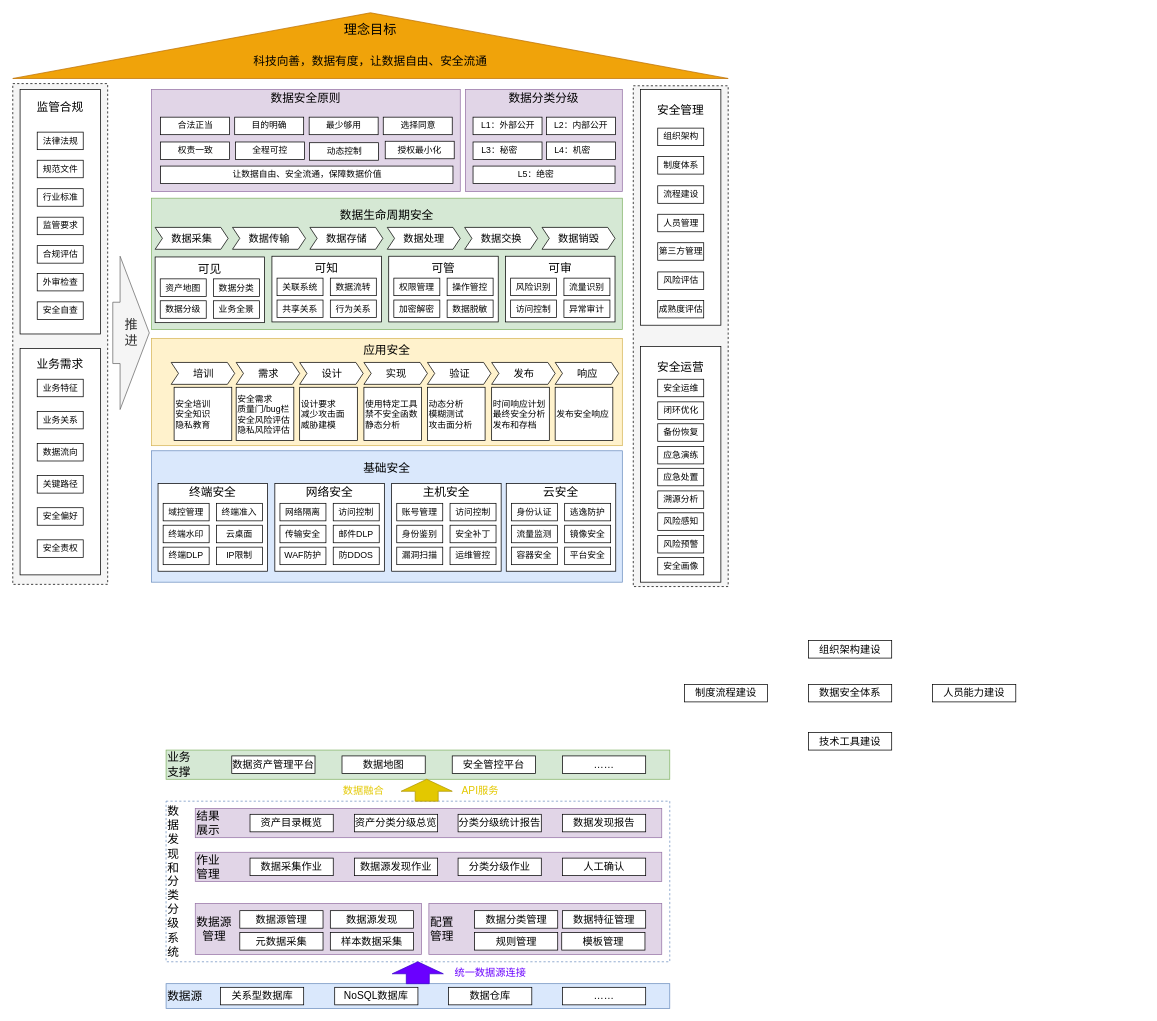
hongweilv-whu/flowCharts keeps this draw.io diagram as 数据安全体系-架构图.drawio. Above is the earlier version. Source tidied: cells renumbered, new cells numbered last; positions are measured from the earlier drawing's top-left corner, leaving out a move shared by most shapes. Both pictures are drawn from the tidied source at 73%, with x=0, y=0 at pixel (12, 12).
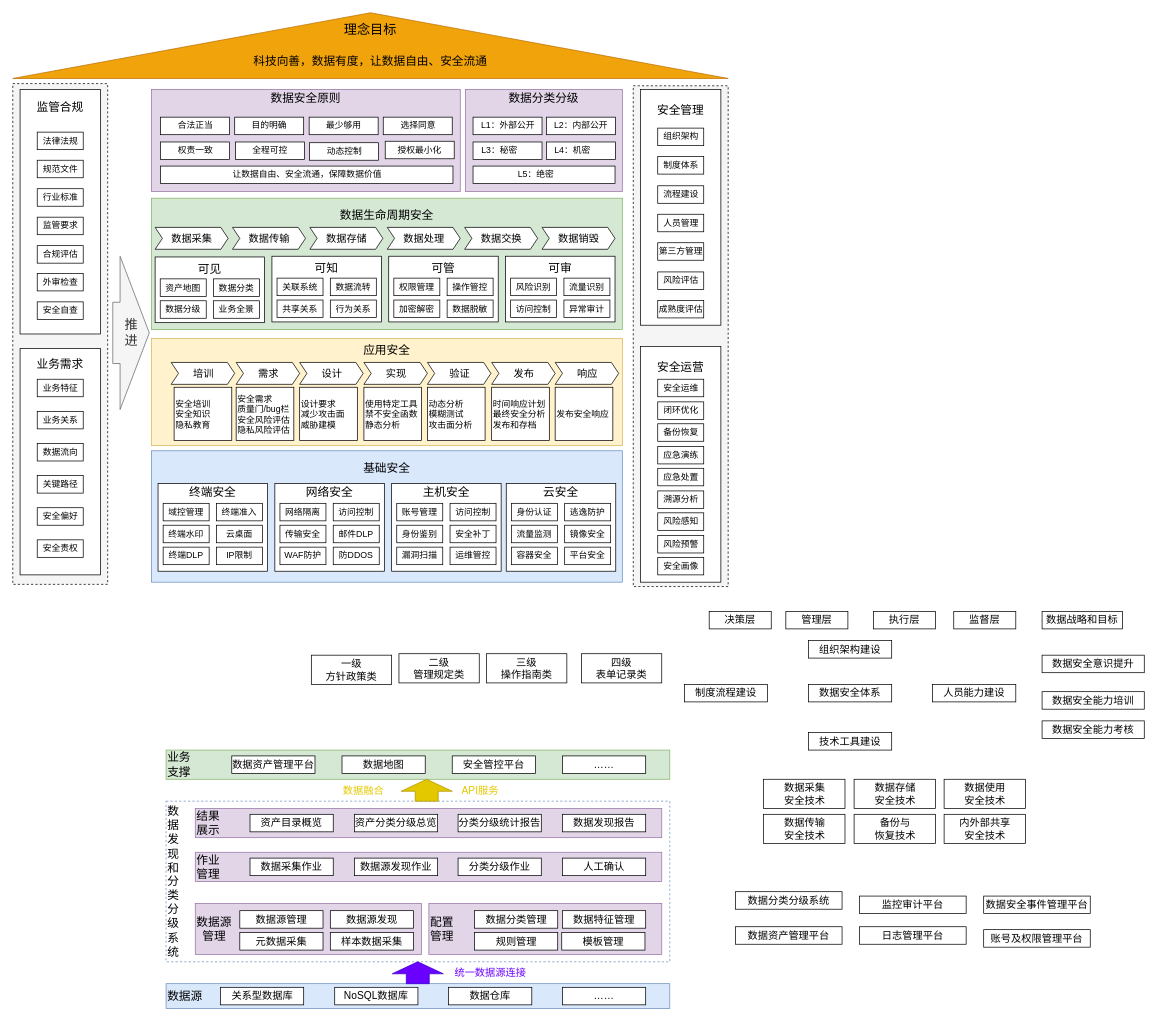
The same page after the edit.

Commit message (it also covers changes not shown here):
更新数据安全体系-架构图.drawio

The edit, as a diff of the source:
```diff
@@
+    <mxCell id="167" value="&lt;span style=&quot;font-size: 14px;&quot;&gt;决策层&lt;br&gt;&lt;/span&gt;" style="rounded=0;whiteSpace=wrap;html=1;" parent="1" vertex="1">
+      <mxGeometry x="954" y="820" width="85" height="24" as="geometry" />
+    </mxCell>
+    <mxCell id="168" value="&lt;span style=&quot;font-size: 14px;&quot;&gt;管理层&lt;br&gt;&lt;/span&gt;" style="rounded=0;whiteSpace=wrap;html=1;" parent="1" vertex="1">
+      <mxGeometry x="1059" y="820" width="85" height="24" as="geometry" />
+    </mxCell>
+    <mxCell id="169" value="&lt;span style=&quot;font-size: 14px;&quot;&gt;监督层&lt;br&gt;&lt;/span&gt;" style="rounded=0;whiteSpace=wrap;html=1;" parent="1" vertex="1">
+      <mxGeometry x="1289" y="820" width="85" height="24" as="geometry" />
+    </mxCell>
+    <mxCell id="170" value="&lt;span style=&quot;font-size: 14px;&quot;&gt;执行层&lt;br&gt;&lt;/span&gt;" style="rounded=0;whiteSpace=wrap;html=1;" parent="1" vertex="1">
+      <mxGeometry x="1179" y="820" width="85" height="24" as="geometry" />
+    </mxCell>
+    <mxCell id="171" value="&lt;span style=&quot;font-size: 14px;&quot;&gt;数据战略和目标&lt;br&gt;&lt;/span&gt;" style="rounded=0;whiteSpace=wrap;html=1;" parent="1" vertex="1">
+      <mxGeometry x="1410" y="820" width="110" height="24" as="geometry" />
+    </mxCell>
+    <mxCell id="172" value="&lt;span style=&quot;font-size: 14px;&quot;&gt;一级&lt;br&gt;方针政策类&lt;br&gt;&lt;/span&gt;" style="rounded=0;whiteSpace=wrap;html=1;" parent="1" vertex="1">
+      <mxGeometry x="409" y="880" width="110" height="40" as="geometry" />
+    </mxCell>
+    <mxCell id="173" value="&lt;span style=&quot;font-size: 14px;&quot;&gt;二级&lt;br&gt;管理规定类&lt;br&gt;&lt;/span&gt;" style="rounded=0;whiteSpace=wrap;html=1;" parent="1" vertex="1">
+      <mxGeometry x="529" y="878" width="110" height="40" as="geometry" />
+    </mxCell>
+    <mxCell id="174" value="&lt;span style=&quot;font-size: 14px;&quot;&gt;三级&lt;br&gt;操作指南类&lt;br&gt;&lt;/span&gt;" style="rounded=0;whiteSpace=wrap;html=1;" parent="1" vertex="1">
+      <mxGeometry x="649" y="878" width="110" height="40" as="geometry" />
+    </mxCell>
+    <mxCell id="175" value="&lt;span style=&quot;font-size: 14px;&quot;&gt;四级&lt;br&gt;表单记录类&lt;br&gt;&lt;/span&gt;" style="rounded=0;whiteSpace=wrap;html=1;" parent="1" vertex="1">
+      <mxGeometry x="779" y="878" width="110" height="40" as="geometry" />
+    </mxCell>
+    <mxCell id="176" value="&lt;span style=&quot;font-size: 14px;&quot;&gt;数据分类分级系统&lt;/span&gt;" style="rounded=0;whiteSpace=wrap;html=1;" parent="1" vertex="1">
+      <mxGeometry x="990" y="1204" width="146" height="24" as="geometry" />
+    </mxCell>
+    <mxCell id="177" value="&lt;span style=&quot;font-size: 14px;&quot;&gt;数据资产管理平台&lt;br&gt;&lt;/span&gt;" style="rounded=0;whiteSpace=wrap;html=1;" parent="1" vertex="1">
+      <mxGeometry x="990" y="1252" width="146" height="24" as="geometry" />
+    </mxCell>
+    <mxCell id="178" value="&lt;span style=&quot;font-size: 14px;&quot;&gt;日志管理平台&lt;br&gt;&lt;/span&gt;" style="rounded=0;whiteSpace=wrap;html=1;" parent="1" vertex="1">
+      <mxGeometry x="1160" y="1252" width="146" height="24" as="geometry" />
+    </mxCell>
+    <mxCell id="179" value="&lt;span style=&quot;font-size: 14px;&quot;&gt;监控审计平台&lt;br&gt;&lt;/span&gt;" style="rounded=0;whiteSpace=wrap;html=1;" parent="1" vertex="1">
+      <mxGeometry x="1160" y="1210" width="146" height="24" as="geometry" />
+    </mxCell>
+    <mxCell id="180" value="&lt;span style=&quot;font-size: 14px;&quot;&gt;数据安全事件管理平台&lt;br&gt;&lt;/span&gt;" style="rounded=0;whiteSpace=wrap;html=1;" parent="1" vertex="1">
+      <mxGeometry x="1330" y="1210" width="146" height="24" as="geometry" />
+    </mxCell>
+    <mxCell id="181" value="&lt;span style=&quot;font-size: 14px;&quot;&gt;账号及权限管理平台&lt;br&gt;&lt;/span&gt;" style="rounded=0;whiteSpace=wrap;html=1;" parent="1" vertex="1">
+      <mxGeometry x="1330" y="1256" width="146" height="24" as="geometry" />
+    </mxCell>
+    <mxCell id="182" value="&lt;span style=&quot;font-size: 14px;&quot;&gt;数据采集&lt;br&gt;安全技术&lt;br&gt;&lt;/span&gt;" style="rounded=0;whiteSpace=wrap;html=1;" parent="1" vertex="1">
+      <mxGeometry x="1028.5" y="1050" width="111.5" height="40" as="geometry" />
+    </mxCell>
+    <mxCell id="183" value="&lt;span style=&quot;font-size: 14px;&quot;&gt;数据传输&lt;br&gt;安全技术&lt;br&gt;&lt;/span&gt;" style="rounded=0;whiteSpace=wrap;html=1;" parent="1" vertex="1">
+      <mxGeometry x="1028.5" y="1098" width="111.5" height="40" as="geometry" />
+    </mxCell>
+    <mxCell id="184" value="&lt;span style=&quot;font-size: 14px;&quot;&gt;数据存储&lt;br&gt;安全技术&lt;br&gt;&lt;/span&gt;" style="rounded=0;whiteSpace=wrap;html=1;" parent="1" vertex="1">
+      <mxGeometry x="1152.5" y="1050" width="111.5" height="40" as="geometry" />
+    </mxCell>
+    <mxCell id="185" value="&lt;span style=&quot;font-size: 14px;&quot;&gt;备份与&lt;br&gt;恢复技术&lt;br&gt;&lt;/span&gt;" style="rounded=0;whiteSpace=wrap;html=1;" parent="1" vertex="1">
+      <mxGeometry x="1152.5" y="1098" width="111.5" height="40" as="geometry" />
+    </mxCell>
+    <mxCell id="186" value="&lt;span style=&quot;font-size: 14px;&quot;&gt;数据使用&lt;br&gt;安全技术&lt;br&gt;&lt;/span&gt;" style="rounded=0;whiteSpace=wrap;html=1;" parent="1" vertex="1">
+      <mxGeometry x="1275.8" y="1050" width="111.5" height="40" as="geometry" />
+    </mxCell>
+    <mxCell id="187" value="&lt;span style=&quot;font-size: 14px;&quot;&gt;内外部共享&lt;br&gt;安全技术&lt;br&gt;&lt;/span&gt;" style="rounded=0;whiteSpace=wrap;html=1;" parent="1" vertex="1">
+      <mxGeometry x="1275.8" y="1098" width="111.5" height="40" as="geometry" />
+    </mxCell>
+    <mxCell id="188" value="&lt;span style=&quot;font-size: 14px;&quot;&gt;数据安全意识提升&lt;/span&gt;" style="rounded=0;whiteSpace=wrap;html=1;" parent="1" vertex="1">
+      <mxGeometry x="1410" y="880" width="140" height="24" as="geometry" />
+    </mxCell>
+    <mxCell id="189" value="&lt;span style=&quot;font-size: 14px;&quot;&gt;数据安全能力培训&lt;/span&gt;" style="rounded=0;whiteSpace=wrap;html=1;" parent="1" vertex="1">
+      <mxGeometry x="1410" y="930" width="140" height="24" as="geometry" />
+    </mxCell>
+    <mxCell id="190" value="&lt;span style=&quot;font-size: 14px;&quot;&gt;数据安全能力考核&lt;/span&gt;" style="rounded=0;whiteSpace=wrap;html=1;" parent="1" vertex="1">
+      <mxGeometry x="1410" y="970" width="140" height="24" as="geometry" />
+    </mxCell>
```
